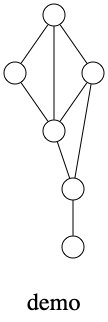
The Graphviz diagram show_demo.png in udothemath/cs224w_graph, before a commit. Its source is kept beside it as show_demo.dot.
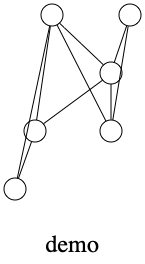
After the commit.

The edit, as a diff of the source:
```diff
@@ -11,13 +11,14 @@
   3 ;
   4 ;
   5 ;
-  0 -- 1;
   0 -- 2;
   0 -- 3;
-  1 -- 3;
+  0 -- 4;
+  0 -- 5;
+  1 -- 2;
   1 -- 4;
   2 -- 3;
-  3 -- 4;
-  4 -- 5;
+  2 -- 4;
+  3 -- 5;
   label = "\ndemo\n";  fontsize=24;
 }
```
